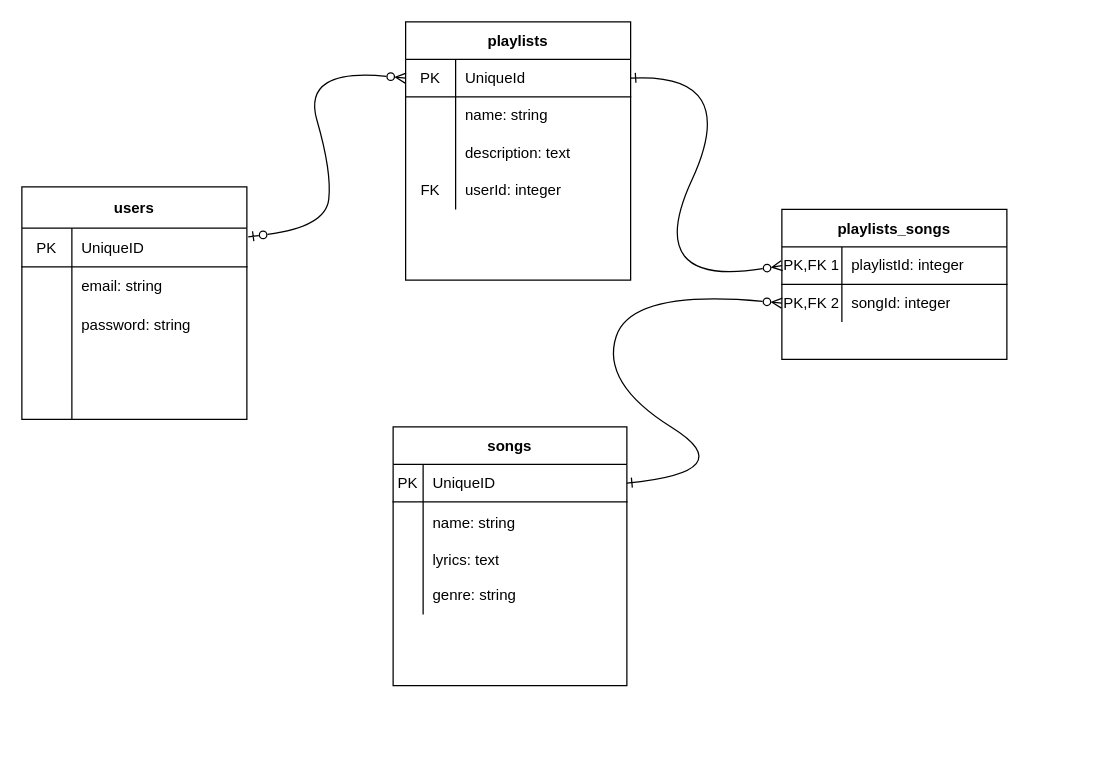
Earlier version of the draw.io diagram img/ERD.drawio (robertoooc/project-2). Source tidied: cells renumbered, new cells numbered last; positions are measured from the earlier drawing's top-left corner, leaving out a move shared by most shapes. Both pictures are drawn from the tidied source at 125%, with x=0, y=0 at pixel (21, 21).
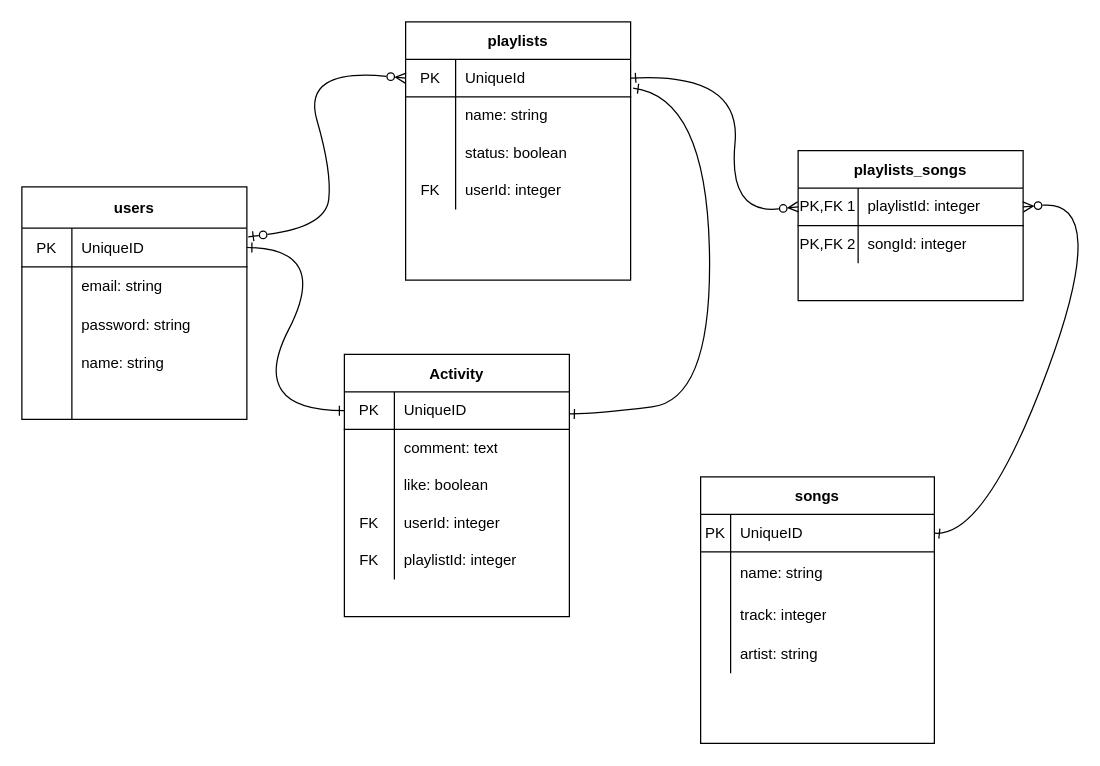
The same diagram, later.

Unchanged cells that the change refers to:
```xml
<mxCell id="3" style="shape=partialRectangle;html=1;whiteSpace=wrap;fillColor=none;top=0;left=0;bottom=1;right=0;points=[[0,0.5],[1,0.5]];portConstraint=eastwest;" parent="2" vertex="1">
  <mxGeometry y="30" width="187" height="30" as="geometry" />
</mxCell>
<mxCell id="16" style="shape=partialRectangle;html=1;whiteSpace=wrap;fillColor=none;top=0;left=0;bottom=1;right=0;points=[[0,0.5],[1,0.5]];portConstraint=eastwest;" parent="15" vertex="1">
  <mxGeometry y="30" width="180" height="30" as="geometry" />
</mxCell>
<mxCell id="22" style="shape=partialRectangle;html=1;whiteSpace=wrap;fillColor=none;top=0;left=0;bottom=0;right=0;" parent="15" vertex="1">
  <mxGeometry y="90" width="180" height="30" as="geometry" />
</mxCell>
<mxCell id="29" style="shape=partialRectangle;html=1;whiteSpace=wrap;fillColor=none;top=0;left=0;bottom=1;right=0;points=[[0,0.5],[1,0.5]];portConstraint=eastwest;" parent="28" vertex="1">
  <mxGeometry y="33" width="180" height="31" as="geometry" />
</mxCell>
<mxCell id="38" style="shape=partialRectangle;html=1;whiteSpace=wrap;fillColor=none;top=0;left=0;bottom=0;right=0;" parent="28" vertex="1">
  <mxGeometry y="126" width="180" height="30" as="geometry" />
</mxCell>
<mxCell id="45" style="shape=partialRectangle;html=1;whiteSpace=wrap;fillColor=none;top=0;left=0;bottom=1;right=0;points=[[0,0.5],[1,0.5]];portConstraint=eastwest;" parent="44" vertex="1">
  <mxGeometry y="30" width="180" height="30" as="geometry" />
</mxCell>
<mxCell id="48" style="shape=partialRectangle;html=1;whiteSpace=wrap;fillColor=none;top=0;left=0;bottom=0;right=0;points=[[0,0.5],[1,0.5]];portConstraint=eastwest;" parent="44" vertex="1">
  <mxGeometry y="60" width="180" height="30" as="geometry" />
</mxCell>
```

Diff of the diagram source:
```diff
@@
     <mxCell id="2" value="songs" style="shape=table;startSize=30;childLayout=tableLayout;rowLines=0;fontStyle=1;align=center;" parent="1" vertex="1">
-      <mxGeometry x="297" y="324" width="187" height="207" as="geometry" />
+      <mxGeometry x="543" y="364" width="187" height="213.2" as="geometry" />
     </mxCell>
@@
     <mxCell id="9" style="shape=partialRectangle;html=1;whiteSpace=wrap;fillColor=none;top=0;left=0;bottom=0;right=0;" parent="2" vertex="1">
-      <mxGeometry y="94" width="187" height="26" as="geometry" />
+      <mxGeometry y="94" width="187" height="33" as="geometry" />
     </mxCell>
     <mxCell id="10" style="shape=partialRectangle;html=1;whiteSpace=wrap;fillColor=none;top=0;left=0;bottom=0;right=0;overflow=hidden;" parent="9" vertex="1">
-      <mxGeometry width="24" height="26" as="geometry" />
+      <mxGeometry width="24" height="33" as="geometry" />
     </mxCell>
-    <mxCell id="11" value="lyrics: text" style="shape=partialRectangle;html=1;whiteSpace=wrap;fillColor=none;top=0;left=0;bottom=0;right=0;align=left;spacingLeft=6;overflow=hidden;" parent="9" vertex="1">
-      <mxGeometry x="24" width="163" height="26" as="geometry" />
+    <mxCell id="11" value="track: integer" style="shape=partialRectangle;html=1;whiteSpace=wrap;fillColor=none;top=0;left=0;bottom=0;right=0;align=left;spacingLeft=6;overflow=hidden;" parent="9" vertex="1">
+      <mxGeometry x="24" width="163" height="33" as="geometry" />
     </mxCell>
     <mxCell id="12" style="shape=partialRectangle;html=1;whiteSpace=wrap;fillColor=none;top=0;left=0;bottom=0;right=0;" parent="2" vertex="1">
-      <mxGeometry y="120" width="187" height="30" as="geometry" />
+      <mxGeometry y="127" width="187" height="30" as="geometry" />
     </mxCell>
@@
-    <mxCell id="14" value="genre: string" style="shape=partialRectangle;html=1;whiteSpace=wrap;fillColor=none;top=0;left=0;bottom=0;right=0;align=left;spacingLeft=6;overflow=hidden;" parent="12" vertex="1">
+    <mxCell id="14" value="artist: string" style="shape=partialRectangle;html=1;whiteSpace=wrap;fillColor=none;top=0;left=0;bottom=0;right=0;align=left;spacingLeft=6;overflow=hidden;" parent="12" vertex="1">
       <mxGeometry x="24" width="163" height="30" as="geometry" />
     </mxCell>
@@
-    <mxCell id="24" value="description: text" style="shape=partialRectangle;html=1;whiteSpace=wrap;fillColor=none;top=0;left=0;bottom=0;right=0;align=left;spacingLeft=6;overflow=hidden;" parent="22" vertex="1">
+    <mxCell id="24" value="status: boolean" style="shape=partialRectangle;html=1;whiteSpace=wrap;fillColor=none;top=0;left=0;bottom=0;right=0;align=left;spacingLeft=6;overflow=hidden;" parent="22" vertex="1">
       <mxGeometry x="40" width="140" height="30" as="geometry" />
     </mxCell>
@@
-    <mxCell id="40" style="shape=partialRectangle;html=1;whiteSpace=wrap;fillColor=none;top=0;left=0;bottom=0;right=0;align=left;spacingLeft=6;overflow=hidden;" parent="38" vertex="1">
+    <mxCell id="40" value="name: string" style="shape=partialRectangle;html=1;whiteSpace=wrap;fillColor=none;top=0;left=0;bottom=0;right=0;align=left;spacingLeft=6;overflow=hidden;" parent="38" vertex="1">
       <mxGeometry x="40" width="140" height="30" as="geometry" />
     </mxCell>
@@
     <mxCell id="44" value="playlists_songs" style="shape=table;startSize=30;childLayout=tableLayout;rowLines=0;fontStyle=1;align=center;" parent="1" vertex="1">
-      <mxGeometry x="608" y="150" width="180" height="120" as="geometry" />
+      <mxGeometry x="621" y="103" width="180" height="120" as="geometry" />
     </mxCell>
@@
     <mxCell id="52" style="endArrow=ERone;html=1;curved=1;startArrow=ERzeroToMany;startFill=0;endFill=0;entryX=1;entryY=0.5;entryDx=0;entryDy=0;exitX=0;exitY=0.5;exitDx=0;exitDy=0;" parent="1" edge="1" source="45" target="16">
       <mxGeometry relative="1" as="geometry">
         <Array as="points">
-          <mxPoint x="496" y="213" />
+          <mxPoint x="565" y="154" />
           <mxPoint x="576" y="40" />
         </Array>
       </mxGeometry>
     </mxCell>
-    <mxCell id="53" style="endArrow=ERzeroToMany;html=1;curved=1;startArrow=ERone;startFill=0;endFill=0;exitX=1;exitY=0.5;exitDx=0;exitDy=0;entryX=0;entryY=0.5;entryDx=0;entryDy=0;" parent="1" edge="1" source="3" target="48">
-      <mxGeometry relative="1" as="geometry">
-        <Array as="points">
-          <mxPoint x="577" y="360" />
-          <mxPoint x="463" y="289" />
-          <mxPoint x="488" y="214" />
-        </Array>
-      </mxGeometry>
-    </mxCell>
+    <mxCell id="54" value="Activity" style="shape=table;startSize=30;childLayout=tableLayout;rowLines=0;fontStyle=1;align=center;" parent="1" vertex="1">
+      <mxGeometry x="258" y="266" width="180" height="209.8" as="geometry" />
+    </mxCell>
+    <mxCell id="55" style="shape=partialRectangle;html=1;whiteSpace=wrap;fillColor=none;top=0;left=0;bottom=1;right=0;points=[[0,0.5],[1,0.5]];portConstraint=eastwest;" parent="54" vertex="1">
+      <mxGeometry y="30" width="180" height="30" as="geometry" />
+    </mxCell>
+    <mxCell id="56" value="PK" style="shape=partialRectangle;html=1;whiteSpace=wrap;fillColor=none;top=0;left=0;bottom=0;right=0;overflow=hidden;" parent="55" vertex="1">
+      <mxGeometry width="40" height="30" as="geometry" />
+    </mxCell>
+    <mxCell id="57" value="UniqueID" style="shape=partialRectangle;html=1;whiteSpace=wrap;fillColor=none;top=0;left=0;bottom=0;right=0;align=left;spacingLeft=6;overflow=hidden;" parent="55" vertex="1">
+      <mxGeometry x="40" width="140" height="30" as="geometry" />
+    </mxCell>
+    <mxCell id="58" style="shape=partialRectangle;html=1;whiteSpace=wrap;fillColor=none;top=0;left=0;bottom=0;right=0;" parent="54" vertex="1">
+      <mxGeometry y="60" width="180" height="30" as="geometry" />
+    </mxCell>
+    <mxCell id="59" style="shape=partialRectangle;html=1;whiteSpace=wrap;fillColor=none;top=0;left=0;bottom=0;right=0;overflow=hidden;" parent="58" vertex="1">
+      <mxGeometry width="40" height="30" as="geometry" />
+    </mxCell>
+    <mxCell id="60" value="comment: text" style="shape=partialRectangle;html=1;whiteSpace=wrap;fillColor=none;top=0;left=0;bottom=0;right=0;align=left;spacingLeft=6;overflow=hidden;" parent="58" vertex="1">
+      <mxGeometry x="40" width="140" height="30" as="geometry" />
+    </mxCell>
+    <mxCell id="61" style="shape=partialRectangle;html=1;whiteSpace=wrap;fillColor=none;top=0;left=0;bottom=0;right=0;" parent="54" vertex="1">
+      <mxGeometry y="90" width="180" height="30" as="geometry" />
+    </mxCell>
+    <mxCell id="62" style="shape=partialRectangle;html=1;whiteSpace=wrap;fillColor=none;top=0;left=0;bottom=0;right=0;overflow=hidden;" parent="61" vertex="1">
+      <mxGeometry width="40" height="30" as="geometry" />
+    </mxCell>
+    <mxCell id="63" value="like: boolean" style="shape=partialRectangle;html=1;whiteSpace=wrap;fillColor=none;top=0;left=0;bottom=0;right=0;align=left;spacingLeft=6;overflow=hidden;" parent="61" vertex="1">
+      <mxGeometry x="40" width="140" height="30" as="geometry" />
+    </mxCell>
+    <mxCell id="64" style="shape=partialRectangle;html=1;whiteSpace=wrap;fillColor=none;top=0;left=0;bottom=0;right=0;" parent="54" vertex="1">
+      <mxGeometry y="120" width="180" height="30" as="geometry" />
+    </mxCell>
+    <mxCell id="65" value="FK" style="shape=partialRectangle;html=1;whiteSpace=wrap;fillColor=none;top=0;left=0;bottom=0;right=0;overflow=hidden;" parent="64" vertex="1">
+      <mxGeometry width="40" height="30" as="geometry" />
+    </mxCell>
+    <mxCell id="66" value="userId: integer" style="shape=partialRectangle;html=1;whiteSpace=wrap;fillColor=none;top=0;left=0;bottom=0;right=0;align=left;spacingLeft=6;overflow=hidden;" parent="64" vertex="1">
+      <mxGeometry x="40" width="140" height="30" as="geometry" />
+    </mxCell>
+    <mxCell id="67" style="shape=partialRectangle;html=1;whiteSpace=wrap;fillColor=none;top=0;left=0;bottom=0;right=0;" parent="54" vertex="1">
+      <mxGeometry y="150" width="180" height="30" as="geometry" />
+    </mxCell>
+    <mxCell id="68" value="FK" style="shape=partialRectangle;html=1;whiteSpace=wrap;fillColor=none;top=0;left=0;bottom=0;right=0;overflow=hidden;" parent="67" vertex="1">
+      <mxGeometry width="40" height="30" as="geometry" />
+    </mxCell>
+    <mxCell id="69" value="playlistId: integer" style="shape=partialRectangle;html=1;whiteSpace=wrap;fillColor=none;top=0;left=0;bottom=0;right=0;align=left;spacingLeft=6;overflow=hidden;" parent="67" vertex="1">
+      <mxGeometry x="40" width="140" height="30" as="geometry" />
+    </mxCell>
+    <mxCell id="70" style="curved=1;endArrow=ERone;html=1;endFill=0;startArrow=ERone;startFill=0;entryX=1.011;entryY=0.767;entryDx=0;entryDy=0;entryPerimeter=0;" parent="1" edge="1" source="55" target="16">
+      <mxGeometry relative="1" as="geometry">
+        <Array as="points">
+          <mxPoint x="455" y="314" />
+          <mxPoint x="553" y="302" />
+          <mxPoint x="547" y="60" />
+        </Array>
+      </mxGeometry>
+    </mxCell>
+    <mxCell id="71" style="curved=1;endArrow=ERzeroToMany;html=1;endFill=0;startArrow=ERone;startFill=0;exitX=1;exitY=0.5;exitDx=0;exitDy=0;entryX=1;entryY=0.5;entryDx=0;entryDy=0;" parent="1" edge="1" source="3" target="45">
+      <mxGeometry relative="1" as="geometry">
+        <Array as="points">
+          <mxPoint x="771" y="413" />
+          <mxPoint x="871" y="142" />
+        </Array>
+      </mxGeometry>
+    </mxCell>
+    <mxCell id="72" style="curved=1;endArrow=ERone;html=1;endFill=0;startArrow=ERone;startFill=0;exitX=0;exitY=0.5;exitDx=0;exitDy=0;entryX=1;entryY=0.5;entryDx=0;entryDy=0;" parent="1" edge="1" source="55" target="29">
+      <mxGeometry relative="1" as="geometry">
+        <Array as="points">
+          <mxPoint x="180" y="311" />
+          <mxPoint x="247" y="181" />
+        </Array>
+      </mxGeometry>
+    </mxCell>
```
